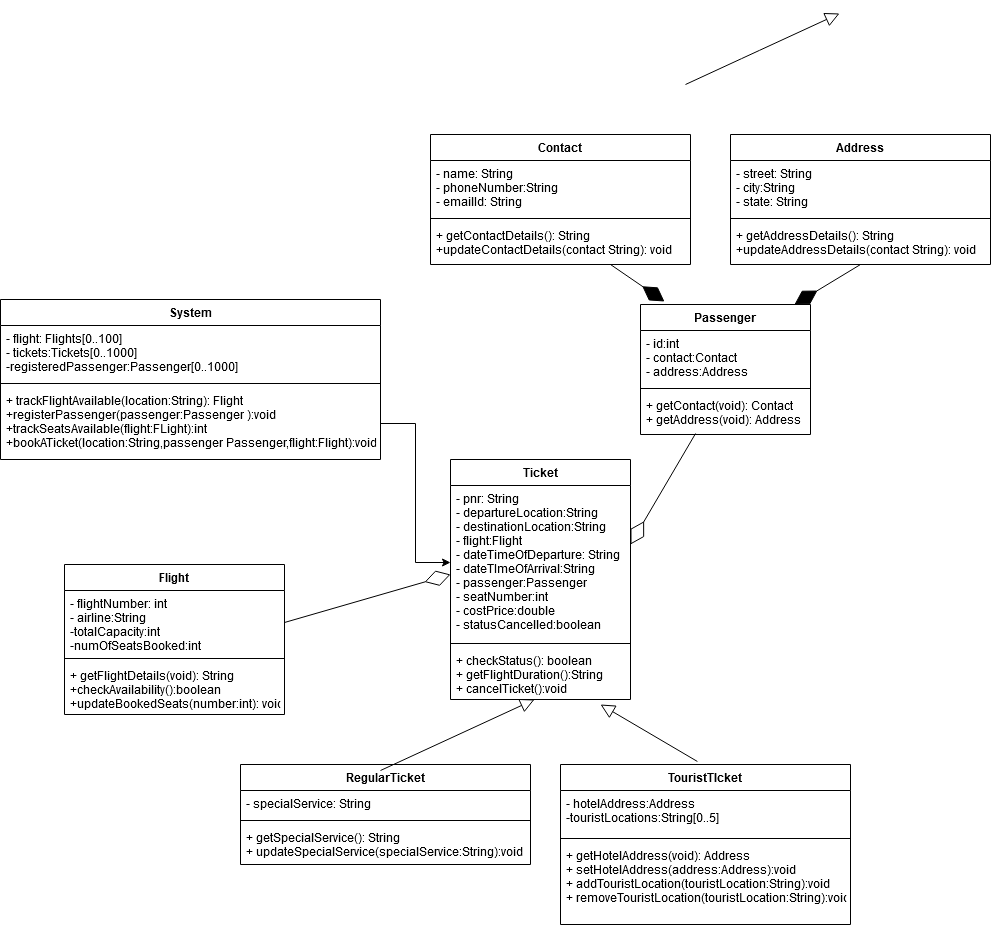
Above: Flight Reservation System.png in suhailsqm/FlightReservationSystem (draw.io), before the change. Source tidied: cells renumbered, new cells last; positions are measured from the earlier drawing's top-left corner, leaving out a move shared by most shapes. Its diagram source:
```xml
<mxGraphModel>
  <root>
    <mxCell id="0" />
    <mxCell id="1" parent="0" />
    <mxCell id="2" value="System" style="swimlane;fontStyle=1;align=center;verticalAlign=top;horizontal=1;startSize=26;" parent="1" vertex="1">
      <mxGeometry y="286" width="380" height="160" as="geometry" />
    </mxCell>
    <mxCell id="3" value="- flight: Flights[0..100]&#10;- tickets:Tickets[0..1000]&#10;-registeredPassenger:Passenger[0..1000]&#10;" style="text;strokeColor=none;fillColor=none;align=left;verticalAlign=top;spacingLeft=4;spacingRight=4;overflow=hidden;" parent="2" vertex="1">
      <mxGeometry y="26" width="380" height="54" as="geometry" />
    </mxCell>
    <mxCell id="4" style="line;strokeWidth=1;fillColor=none;align=left;verticalAlign=middle;spacingTop=-1;spacingLeft=3;spacingRight=3;labelPosition=right;" parent="2" vertex="1">
      <mxGeometry y="80" width="380" height="8" as="geometry" />
    </mxCell>
    <mxCell id="5" value="+ trackFlightAvailable(location:String): Flight&#10;+registerPassenger(passenger:Passenger ):void&#10;+trackSeatsAvailable(flight:FLight):int&#10;+bookATicket(location:String,passenger Passenger,flight:Flight):void&#10;&#10;" style="text;strokeColor=none;fillColor=none;align=left;verticalAlign=top;spacingLeft=4;spacingRight=4;overflow=hidden;points=[[0,0.5],[1,0.5]];portConstraint=eastwest;" parent="2" vertex="1">
      <mxGeometry y="88" width="380" height="72" as="geometry" />
    </mxCell>
    <mxCell id="6" value="Passenger" style="swimlane;fontStyle=1;align=center;verticalAlign=top;horizontal=1;startSize=26;" parent="1" vertex="1">
      <mxGeometry x="640" y="291" width="170" height="130" as="geometry" />
    </mxCell>
    <mxCell id="7" value="- id:int&#10;- contact:Contact&#10;- address:Address&#10;" style="text;strokeColor=none;fillColor=none;align=left;verticalAlign=top;spacingLeft=4;spacingRight=4;overflow=hidden;" parent="6" vertex="1">
      <mxGeometry y="26" width="170" height="54" as="geometry" />
    </mxCell>
    <mxCell id="8" style="line;strokeWidth=1;fillColor=none;align=left;verticalAlign=middle;spacingTop=-1;spacingLeft=3;spacingRight=3;labelPosition=right;" parent="6" vertex="1">
      <mxGeometry y="80" width="170" height="8" as="geometry" />
    </mxCell>
    <mxCell id="9" value="+ getContact(void): Contact&#10;+ getAddress(void): Address&#10;" style="text;strokeColor=none;fillColor=none;align=left;verticalAlign=top;spacingLeft=4;spacingRight=4;overflow=hidden;points=[[0,0.5],[1,0.5]];portConstraint=eastwest;" parent="6" vertex="1">
      <mxGeometry y="88" width="170" height="42" as="geometry" />
    </mxCell>
    <mxCell id="10" value="Contact" style="swimlane;fontStyle=1;align=center;verticalAlign=top;horizontal=1;startSize=26;" parent="1" vertex="1">
      <mxGeometry x="430" y="121" width="260" height="130" as="geometry" />
    </mxCell>
    <mxCell id="11" value="- name: String&#10;- phoneNumber:String&#10;- emailId: String&#10;" style="text;strokeColor=none;fillColor=none;align=left;verticalAlign=top;spacingLeft=4;spacingRight=4;overflow=hidden;" parent="10" vertex="1">
      <mxGeometry y="26" width="260" height="54" as="geometry" />
    </mxCell>
    <mxCell id="12" style="line;strokeWidth=1;fillColor=none;align=left;verticalAlign=middle;spacingTop=-1;spacingLeft=3;spacingRight=3;labelPosition=right;" parent="10" vertex="1">
      <mxGeometry y="80" width="260" height="8" as="geometry" />
    </mxCell>
    <mxCell id="13" value="+ getContactDetails(): String&#10;+updateContactDetails(contact String): void&#10;" style="text;strokeColor=none;fillColor=none;align=left;verticalAlign=top;spacingLeft=4;spacingRight=4;overflow=hidden;" parent="10" vertex="1">
      <mxGeometry y="88" width="260" height="42" as="geometry" />
    </mxCell>
    <mxCell id="14" value="Ticket" style="swimlane;fontStyle=1;align=center;verticalAlign=top;horizontal=1;startSize=26;" parent="1" vertex="1">
      <mxGeometry x="450" y="446" width="180" height="240" as="geometry" />
    </mxCell>
    <mxCell id="15" value="- pnr: String&#10;- departureLocation:String&#10;- destinationLocation:String&#10;- flight:Flight&#10;- dateTimeOfDeparture: String&#10;- dateTImeOfArrival:String&#10;- passenger:Passenger&#10;- seatNumber:int&#10;- costPrice:double&#10;- statusCancelled:boolean&#10;&#10; " style="text;strokeColor=none;fillColor=none;align=left;verticalAlign=top;spacingLeft=4;spacingRight=4;overflow=hidden;points=[[0,0.5],[1,0.5]];portConstraint=eastwest;" parent="14" vertex="1">
      <mxGeometry y="26" width="180" height="154" as="geometry" />
    </mxCell>
    <mxCell id="16" style="line;strokeWidth=1;fillColor=none;align=left;verticalAlign=middle;spacingTop=-1;spacingLeft=3;spacingRight=3;labelPosition=right;" parent="14" vertex="1">
      <mxGeometry y="180" width="180" height="8" as="geometry" />
    </mxCell>
    <mxCell id="17" value="+ checkStatus(): boolean&#10;+ getFlightDuration():String&#10;+ cancelTicket():void&#10;" style="text;strokeColor=none;fillColor=none;align=left;verticalAlign=top;spacingLeft=4;spacingRight=4;overflow=hidden;" parent="14" vertex="1">
      <mxGeometry y="188" width="180" height="52" as="geometry" />
    </mxCell>
    <mxCell id="18" value="Address" style="swimlane;fontStyle=1;align=center;verticalAlign=top;horizontal=1;startSize=26;" parent="1" vertex="1">
      <mxGeometry x="730" y="121" width="260" height="130" as="geometry" />
    </mxCell>
    <mxCell id="19" value="- street: String&#10;- city:String&#10;- state: String&#10;" style="text;strokeColor=none;fillColor=none;align=left;verticalAlign=top;spacingLeft=4;spacingRight=4;overflow=hidden;" parent="18" vertex="1">
      <mxGeometry y="26" width="260" height="54" as="geometry" />
    </mxCell>
    <mxCell id="20" style="line;strokeWidth=1;fillColor=none;align=left;verticalAlign=middle;spacingTop=-1;spacingLeft=3;spacingRight=3;labelPosition=right;" parent="18" vertex="1">
      <mxGeometry y="80" width="260" height="8" as="geometry" />
    </mxCell>
    <mxCell id="21" value="+ getAddressDetails(): String&#10;+updateAddressDetails(contact String): void&#10;" style="text;strokeColor=none;fillColor=none;align=left;verticalAlign=top;spacingLeft=4;spacingRight=4;overflow=hidden;" parent="18" vertex="1">
      <mxGeometry y="88" width="260" height="42" as="geometry" />
    </mxCell>
    <mxCell id="22" value="Flight" style="swimlane;fontStyle=1;align=center;verticalAlign=top;horizontal=1;startSize=26;" parent="1" vertex="1">
      <mxGeometry x="64" y="551" width="220" height="150" as="geometry" />
    </mxCell>
    <mxCell id="23" value="- flightNumber: int&#10;- airline:String&#10;-totalCapacity:int&#10;-numOfSeatsBooked:int&#10;&#10;" style="text;strokeColor=none;fillColor=none;align=left;verticalAlign=top;spacingLeft=4;spacingRight=4;overflow=hidden;points=[[0,0.5],[1,0.5]];portConstraint=eastwest;" parent="22" vertex="1">
      <mxGeometry y="26" width="220" height="64" as="geometry" />
    </mxCell>
    <mxCell id="24" style="line;strokeWidth=1;fillColor=none;align=left;verticalAlign=middle;spacingTop=-1;spacingLeft=3;spacingRight=3;labelPosition=right;" parent="22" vertex="1">
      <mxGeometry y="90" width="220" height="8" as="geometry" />
    </mxCell>
    <mxCell id="25" value="+ getFlightDetails(void): String&#10;+checkAvailability():boolean&#10;+updateBookedSeats(number:int): void&#10;" style="text;strokeColor=none;fillColor=none;align=left;verticalAlign=top;spacingLeft=4;spacingRight=4;overflow=hidden;" parent="22" vertex="1">
      <mxGeometry y="98" width="220" height="52" as="geometry" />
    </mxCell>
    <mxCell id="26" value="RegularTicket" style="swimlane;fontStyle=1;align=center;verticalAlign=top;horizontal=1;startSize=26;" parent="1" vertex="1">
      <mxGeometry x="240" y="751" width="290" height="100" as="geometry" />
    </mxCell>
    <mxCell id="27" value="- specialService: String" style="text;strokeColor=none;fillColor=none;align=left;verticalAlign=top;spacingLeft=4;spacingRight=4;overflow=hidden;" parent="26" vertex="1">
      <mxGeometry y="26" width="290" height="26" as="geometry" />
    </mxCell>
    <mxCell id="28" style="line;strokeWidth=1;fillColor=none;align=left;verticalAlign=middle;spacingTop=-1;spacingLeft=3;spacingRight=3;labelPosition=right;" parent="26" vertex="1">
      <mxGeometry y="52" width="290" height="8" as="geometry" />
    </mxCell>
    <mxCell id="29" value="+ getSpecialService(): String&#10;+ updateSpecialService(specialService:String):void&#10;" style="text;strokeColor=none;fillColor=none;align=left;verticalAlign=top;spacingLeft=4;spacingRight=4;overflow=hidden;" parent="26" vertex="1">
      <mxGeometry y="60" width="290" height="40" as="geometry" />
    </mxCell>
    <mxCell id="30" value="TouristTIcket" style="swimlane;fontStyle=1;align=center;verticalAlign=top;horizontal=1;startSize=26;" parent="1" vertex="1">
      <mxGeometry x="560" y="751" width="290" height="160" as="geometry" />
    </mxCell>
    <mxCell id="31" value="- hotelAddress:Address&#10;-touristLocations:String[0..5]&#10;" style="text;strokeColor=none;fillColor=none;align=left;verticalAlign=top;spacingLeft=4;spacingRight=4;overflow=hidden;" parent="30" vertex="1">
      <mxGeometry y="26" width="290" height="44" as="geometry" />
    </mxCell>
    <mxCell id="32" style="line;strokeWidth=1;fillColor=none;align=left;verticalAlign=middle;spacingTop=-1;spacingLeft=3;spacingRight=3;labelPosition=right;" parent="30" vertex="1">
      <mxGeometry y="70" width="290" height="8" as="geometry" />
    </mxCell>
    <mxCell id="33" value="+ getHotelAddress(void): Address&#10;+ setHotelAddress(address:Address):void&#10;+ addTouristLocation(touristLocation:String):void&#10;+ removeTouristLocation(touristLocation:String):void&#10;&#10;&#10;&#10;" style="text;strokeColor=none;fillColor=none;align=left;verticalAlign=top;spacingLeft=4;spacingRight=4;overflow=hidden;" parent="30" vertex="1">
      <mxGeometry y="78" width="290" height="82" as="geometry" />
    </mxCell>
    <mxCell id="34" style="endArrow=diamondThin;endFill=0;endSize=24;html=1;exitX=1;exitY=0.5;exitDx=0;exitDy=0;" parent="1" edge="1" source="23">
      <mxGeometry relative="1" as="geometry">
        <mxPoint x="450" y="561" as="targetPoint" />
      </mxGeometry>
    </mxCell>
    <mxCell id="35" style="endArrow=diamondThin;endFill=1;endSize=24;html=1;entryX=0.141;entryY=-0.023;entryDx=0;entryDy=0;entryPerimeter=0;" parent="1" edge="1" target="6">
      <mxGeometry relative="1" as="geometry">
        <mxPoint x="610" y="251" as="sourcePoint" />
      </mxGeometry>
    </mxCell>
    <mxCell id="36" style="endArrow=diamondThin;endFill=1;endSize=24;html=1;entryX=0.141;entryY=-0.023;entryDx=0;entryDy=0;entryPerimeter=0;exitX=0.5;exitY=1;exitDx=0;exitDy=0;" parent="1" edge="1" source="18">
      <mxGeometry relative="1" as="geometry">
        <mxPoint x="794" y="291" as="targetPoint" />
      </mxGeometry>
    </mxCell>
    <mxCell id="37" style="endArrow=diamondThin;endFill=0;endSize=24;html=1;exitX=0.324;exitY=0.976;exitDx=0;exitDy=0;exitPerimeter=0;entryX=1;entryY=0.383;entryDx=0;entryDy=0;entryPerimeter=0;" parent="1" edge="1" source="9" target="15">
      <mxGeometry relative="1" as="geometry" />
    </mxCell>
    <mxCell id="38" style="edgeStyle=none;html=1;endSize=12;endArrow=block;endFill=0;exitX=0.5;exitY=0;exitDx=0;exitDy=0;entryX=0.46;entryY=1.192;entryDx=0;entryDy=0;entryPerimeter=0;" parent="1" edge="1">
      <mxGeometry relative="1" as="geometry">
        <mxPoint x="380" y="757" as="sourcePoint" />
        <mxPoint x="534" y="686" as="targetPoint" />
      </mxGeometry>
    </mxCell>
    <mxCell id="39" style="edgeStyle=none;html=1;endSize=12;endArrow=block;endFill=0;exitX=0.5;exitY=0;exitDx=0;exitDy=0;entryX=0.46;entryY=1.192;entryDx=0;entryDy=0;entryPerimeter=0;" parent="1" edge="1">
      <mxGeometry relative="1" as="geometry">
        <mxPoint x="685" y="71" as="sourcePoint" />
        <mxPoint x="839" as="targetPoint" />
        <Array as="points">
          <mxPoint x="750" y="41" />
        </Array>
      </mxGeometry>
    </mxCell>
    <mxCell id="40" style="edgeStyle=none;html=1;endSize=12;endArrow=block;endFill=0;exitX=0.472;exitY=-0.019;exitDx=0;exitDy=0;exitPerimeter=0;" parent="1" edge="1" source="30">
      <mxGeometry relative="1" as="geometry">
        <mxPoint x="600" y="691" as="targetPoint" />
      </mxGeometry>
    </mxCell>
    <mxCell id="41" style="edgeStyle=orthogonalEdgeStyle;rounded=0;jettySize=auto;html=1;" parent="1" edge="1" source="5" target="15">
      <mxGeometry relative="1" as="geometry" />
    </mxCell>
  </root>
</mxGraphModel>
```
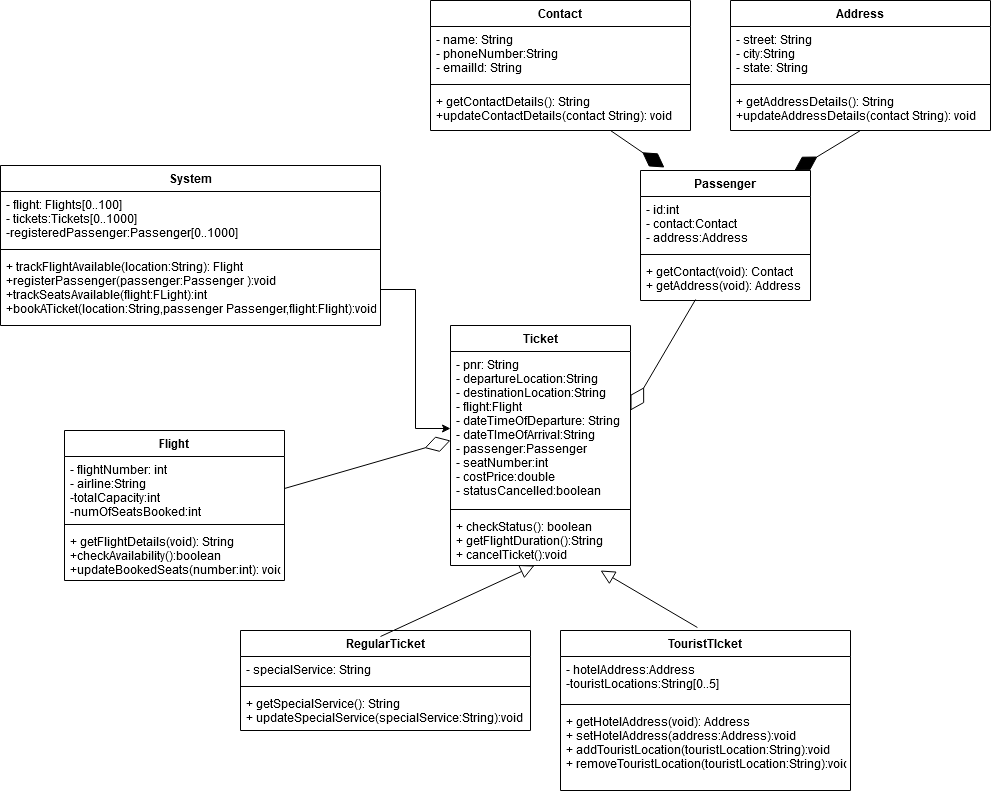
Later version of the same file.

Commit message:
Added png File and xml file UML diagram

Diff of the diagram source:
```diff
@@ -122,15 +122,6 @@
         <mxPoint x="534" y="686" as="targetPoint" />
       </mxGeometry>
     </mxCell>
-    <mxCell id="39" style="edgeStyle=none;html=1;endSize=12;endArrow=block;endFill=0;exitX=0.5;exitY=0;exitDx=0;exitDy=0;entryX=0.46;entryY=1.192;entryDx=0;entryDy=0;entryPerimeter=0;" parent="1" edge="1">
-      <mxGeometry relative="1" as="geometry">
-        <mxPoint x="685" y="71" as="sourcePoint" />
-        <mxPoint x="839" as="targetPoint" />
-        <Array as="points">
-          <mxPoint x="750" y="41" />
-        </Array>
-      </mxGeometry>
-    </mxCell>
     <mxCell id="40" style="edgeStyle=none;html=1;endSize=12;endArrow=block;endFill=0;exitX=0.472;exitY=-0.019;exitDx=0;exitDy=0;exitPerimeter=0;" parent="1" edge="1" source="30">
       <mxGeometry relative="1" as="geometry">
         <mxPoint x="600" y="691" as="targetPoint" />
```
